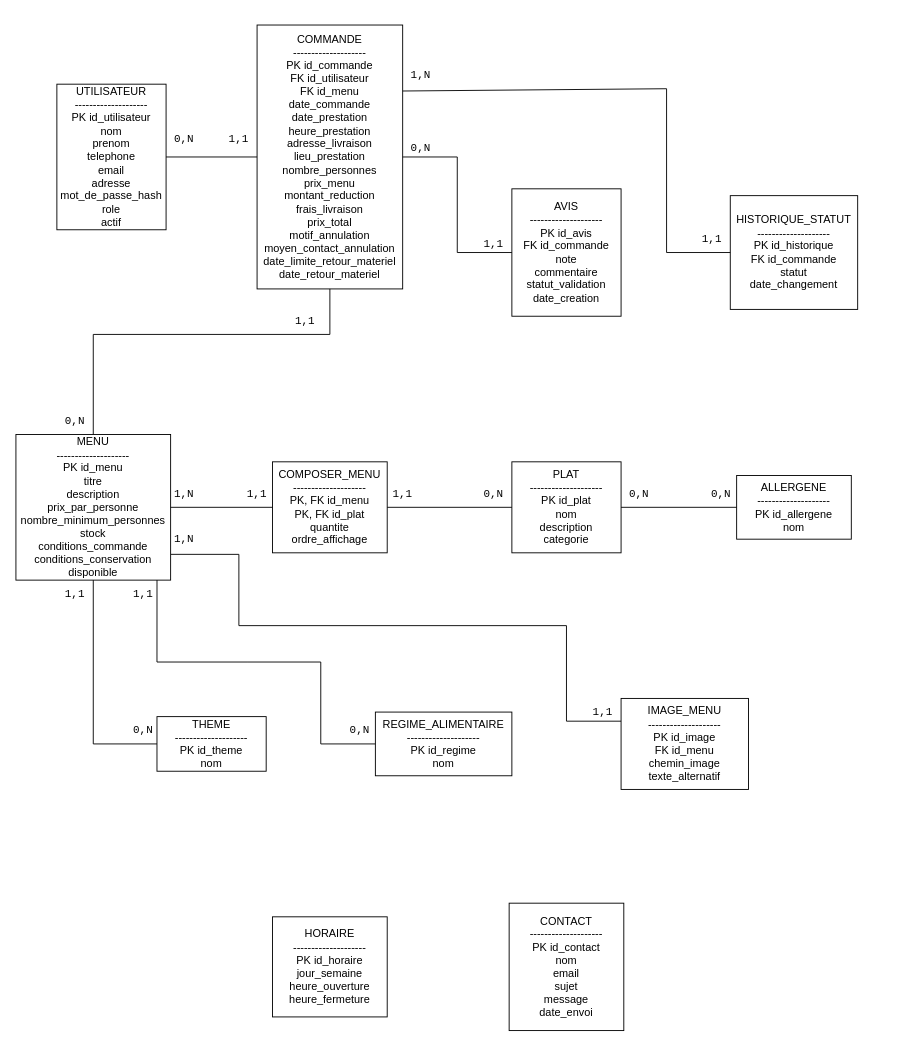
Earlier version of the draw.io diagram docs/diagrammes/MCD — Vite & Gourmand.drawio (joseph-bigot/vite-et-gourmand). Source tidied: cells renumbered, new cells numbered last; positions are measured from the earlier drawing's top-left corner, leaving out a move shared by most shapes. Both pictures are drawn from the tidied source at 91%, with x=0, y=0 at pixel (15, 25).
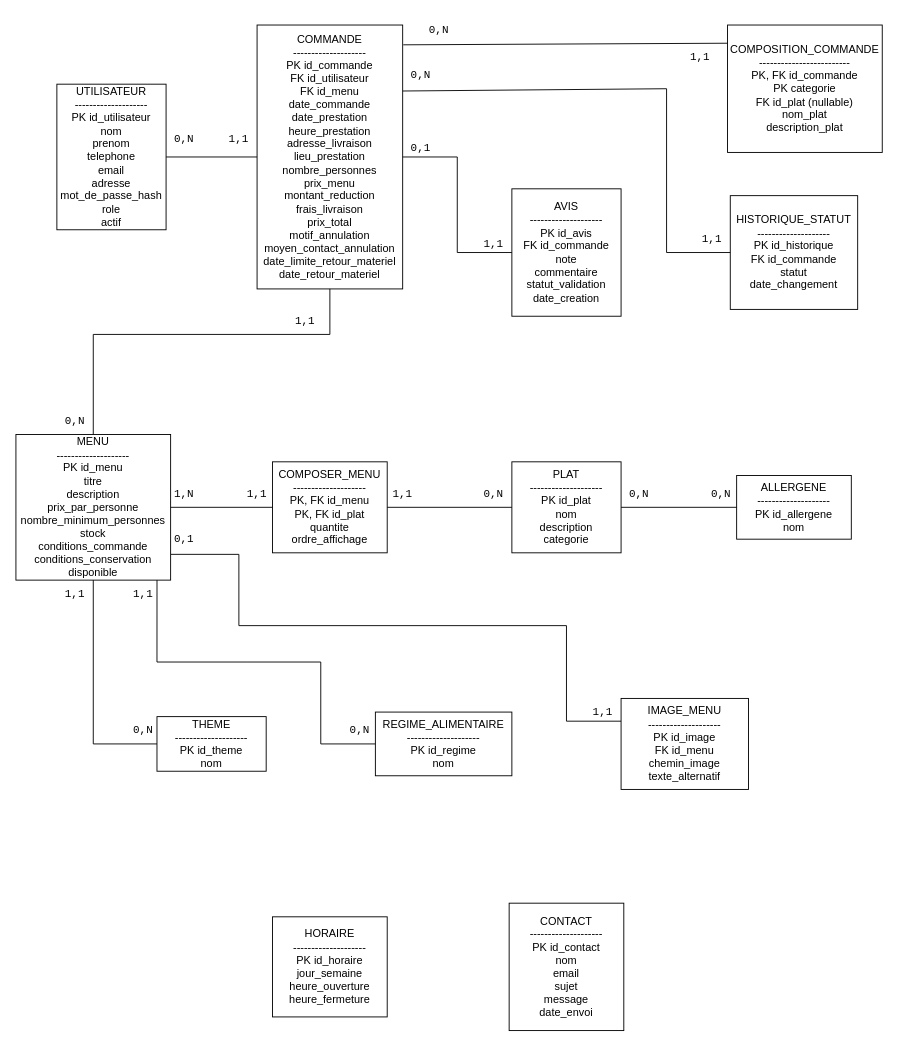
The same diagram, later.

Commit message (it also covers changes not shown here):
docs : mise à jour et correction des diagrammes du projet

The change refers to these unchanged cells:
```xml
<mxCell id="6" value="&lt;div&gt;COMMANDE&lt;/div&gt;&lt;div&gt;--------------------&lt;/div&gt;&lt;div&gt;PK id_commande&lt;/div&gt;&lt;div&gt;FK id_utilisateur&lt;/div&gt;&lt;div&gt;FK id_menu&lt;/div&gt;&lt;div&gt;date_commande&lt;/div&gt;&lt;div&gt;date_prestation&lt;/div&gt;&lt;div&gt;heure_prestation&lt;/div&gt;&lt;div&gt;adresse_livraison&lt;/div&gt;&lt;div&gt;lieu_prestation&lt;/div&gt;&lt;div&gt;nombre_personnes&lt;/div&gt;&lt;div&gt;prix_menu&lt;/div&gt;&lt;div&gt;montant_reduction&lt;/div&gt;&lt;div&gt;frais_livraison&lt;/div&gt;&lt;div&gt;prix_total&lt;/div&gt;&lt;div&gt;motif_annulation&lt;/div&gt;&lt;div&gt;moyen_contact_annulation&lt;/div&gt;&lt;div&gt;date_limite_retour_materiel&lt;/div&gt;&lt;div&gt;date_retour_materiel&lt;/div&gt;" style="rounded=0;whiteSpace=wrap;html=1;" parent="1" vertex="1">
  <mxGeometry x="265" width="160" height="290" as="geometry" />
</mxCell>
```

Change to the diagram source:
```diff
@@
-    <mxCell id="31" value="&lt;span style=&quot;text-align: start;&quot;&gt;&lt;/span&gt;&lt;code style=&quot;text-align: start;&quot;&gt;0,N&lt;/code&gt;" style="text;html=1;whiteSpace=wrap;strokeColor=none;fillColor=none;align=center;verticalAlign=middle;rounded=0;" parent="1" vertex="1">
+    <mxCell id="31" value="&lt;span style=&quot;text-align: start;&quot;&gt;&lt;/span&gt;&lt;code style=&quot;text-align: start;&quot;&gt;0,1&lt;/code&gt;" style="text;html=1;whiteSpace=wrap;strokeColor=none;fillColor=none;align=center;verticalAlign=middle;rounded=0;" parent="1" vertex="1">
       <mxGeometry x="415" y="120" width="60" height="30" as="geometry" />
     </mxCell>
@@
-    <mxCell id="34" value="&lt;span style=&quot;text-align: start;&quot;&gt;&lt;/span&gt;&lt;code style=&quot;text-align: start;&quot;&gt;1,N&lt;/code&gt;" style="text;html=1;whiteSpace=wrap;strokeColor=none;fillColor=none;align=center;verticalAlign=middle;rounded=0;" parent="1" vertex="1">
+    <mxCell id="34" value="&lt;span style=&quot;text-align: start;&quot;&gt;&lt;/span&gt;&lt;code style=&quot;text-align: start;&quot;&gt;0,N&lt;/code&gt;" style="text;html=1;whiteSpace=wrap;strokeColor=none;fillColor=none;align=center;verticalAlign=middle;rounded=0;" parent="1" vertex="1">
       <mxGeometry x="415" y="40" width="60" height="30" as="geometry" />
     </mxCell>
@@
-    <mxCell id="43" value="&lt;span style=&quot;text-align: start;&quot;&gt;&lt;/span&gt;&lt;span style=&quot;text-align: start;&quot;&gt;&lt;/span&gt;&lt;span style=&quot;text-align: start;&quot;&gt;&lt;code&gt;1,N&lt;/code&gt;&lt;/span&gt;" style="text;html=1;whiteSpace=wrap;strokeColor=none;fillColor=none;align=center;verticalAlign=middle;rounded=0;" parent="1" vertex="1">
+    <mxCell id="43" value="&lt;span style=&quot;text-align: start;&quot;&gt;&lt;/span&gt;&lt;span style=&quot;text-align: start;&quot;&gt;&lt;/span&gt;&lt;span style=&quot;text-align: start;&quot;&gt;&lt;code&gt;0,1&lt;/code&gt;&lt;/span&gt;" style="text;html=1;whiteSpace=wrap;strokeColor=none;fillColor=none;align=center;verticalAlign=middle;rounded=0;" parent="1" vertex="1">
       <mxGeometry x="155" y="550" width="60" height="30" as="geometry" />
     </mxCell>
@@
+    <mxCell id="45" value="&lt;div&gt;COMPOSITION_COMMANDE&lt;/div&gt;&lt;div&gt;-------------------------&lt;/div&gt;&lt;div&gt;PK, FK id_commande&lt;/div&gt;&lt;div&gt;PK categorie&lt;/div&gt;&lt;div&gt;FK id_plat (nullable)&lt;/div&gt;&lt;div&gt;nom_plat&lt;/div&gt;&lt;div&gt;description_plat&lt;/div&gt;" style="rounded=0;whiteSpace=wrap;html=1;" parent="1" vertex="1">
+      <mxGeometry x="782" width="170" height="140" as="geometry" />
+    </mxCell>
+    <mxCell id="46" style="endArrow=none;html=1;rounded=0;defaultLabelBackgroundColor=page;labelPadding=0 4;exitX=1.004;exitY=0.075;exitDx=0;exitDy=0;exitPerimeter=0;entryX=1;entryY=0;entryDx=0;entryDy=0;" parent="1" edge="1" source="6" target="48">
+      <mxGeometry relative="1" as="geometry" />
+    </mxCell>
+    <mxCell id="47" value="&lt;span style=&quot;text-align: start;&quot;&gt;&lt;/span&gt;&lt;code style=&quot;text-align: start;&quot;&gt;0,N&lt;/code&gt;" style="text;html=1;whiteSpace=wrap;strokeColor=none;fillColor=none;align=center;verticalAlign=middle;rounded=0;" parent="1" vertex="1">
+      <mxGeometry x="435" y="-10" width="60" height="30" as="geometry" />
+    </mxCell>
+    <mxCell id="48" value="&lt;span style=&quot;text-align: start;&quot;&gt;&lt;/span&gt;&lt;code style=&quot;text-align: start;&quot;&gt;1,1&lt;/code&gt;" style="text;html=1;whiteSpace=wrap;strokeColor=none;fillColor=none;align=center;verticalAlign=middle;rounded=0;" parent="1" vertex="1">
+      <mxGeometry x="722" y="20" width="60" height="30" as="geometry" />
+    </mxCell>
```
